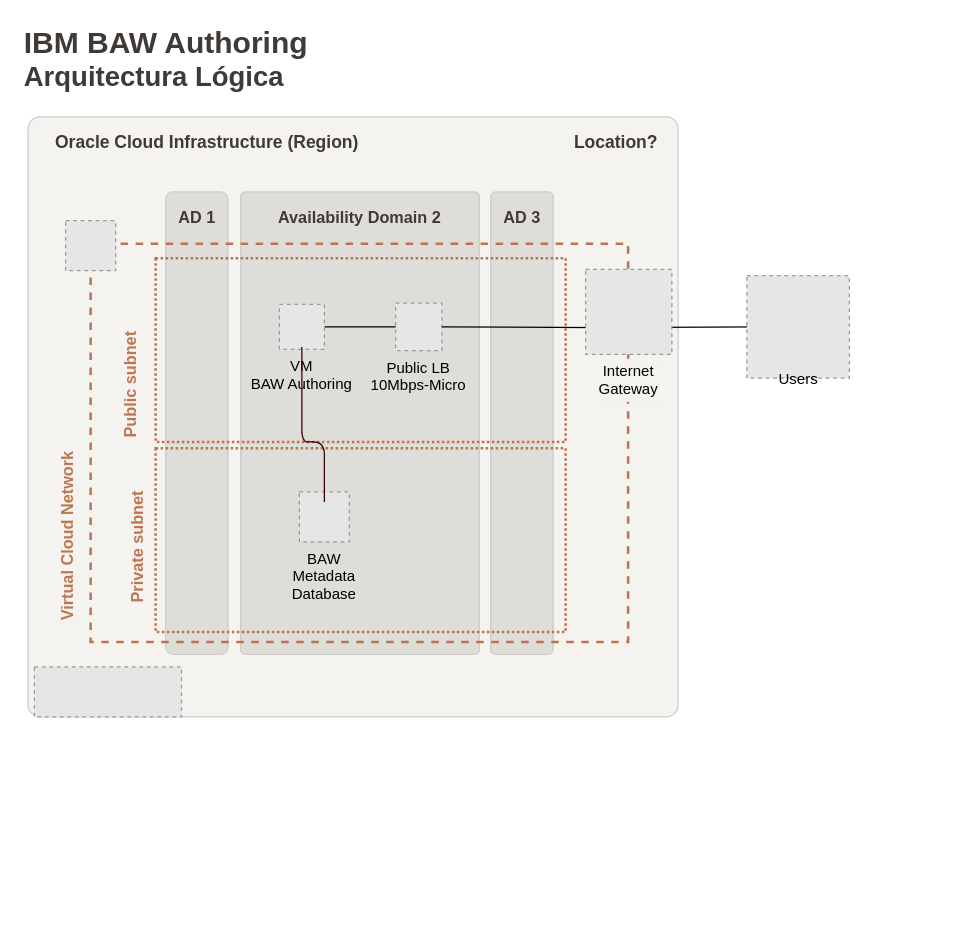
The draw.io diagram 20210926 BCH BAW Authoring.drawio in carlosjuibm/analytic_tools, before the edit. Source tidied: cells renumbered, new cells numbered last; positions are measured from the earlier drawing's top-left corner, leaving out a move shared by most shapes. Both pictures are drawn from the tidied source at 125%, with x=0, y=0 at pixel (-28, 21). Pictures stored in the file or linked from it are replaced by grey dashed boxes.
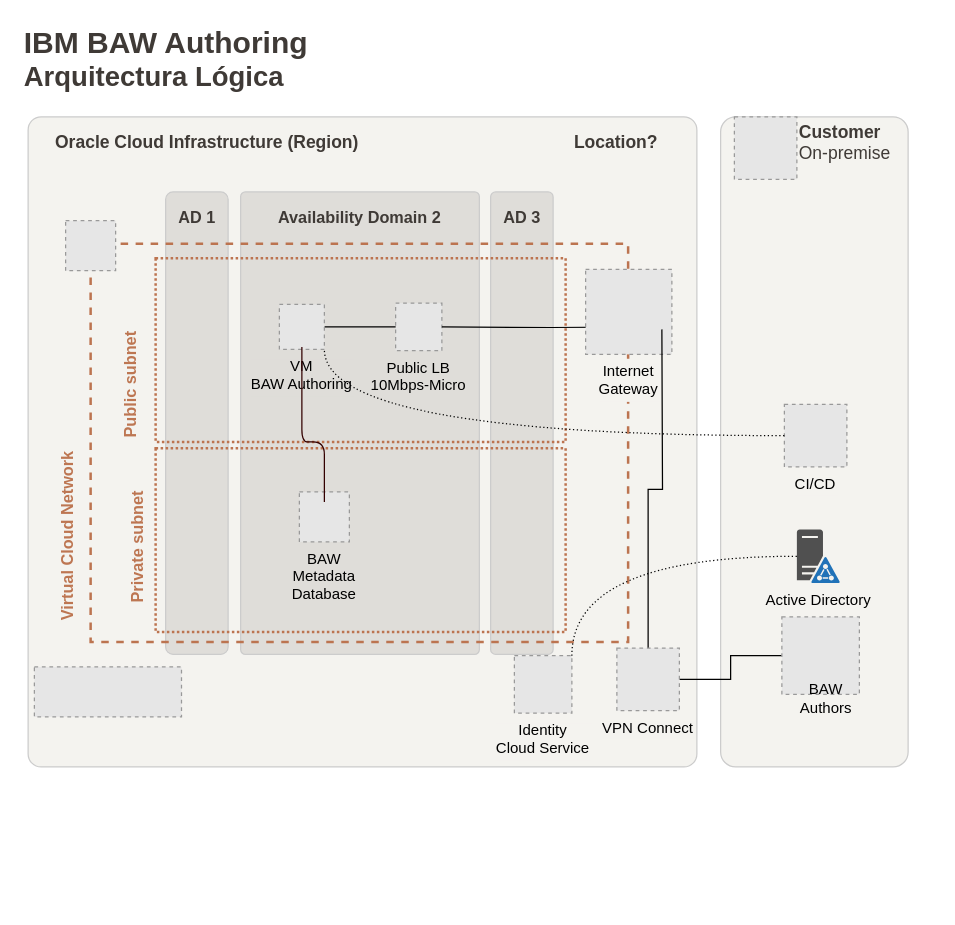
After the change.

Unchanged cells that the change refers to:
```xml
<mxCell id="22" value="Public LB&#10;10Mbps-Micro" style="fillColor=#E6E6E6;strokeColor=#999999;dashed=1;verticalLabelPosition=bottom;verticalAlign=top;labelBackgroundColor=none;align=center;" parent="16" vertex="1">
  <mxGeometry x="338" y="225" width="37" height="38" as="geometry" />
</mxCell>
<mxCell id="29" value="VM&#10;BAW Authoring" style="fillColor=#E6E6E6;strokeColor=#999999;dashed=1;verticalLabelPosition=bottom;verticalAlign=top;labelBackgroundColor=#dfddd9;" parent="27" vertex="1">
  <mxGeometry x="245" y="226" width="36" height="36" as="geometry" />
</mxCell>
```

Diff of the diagram source:
```diff
@@
     <mxCell id="2" style="rounded=1;whiteSpace=wrap;html=1;strokeColor=#CCCCCC;arcSize=2;fillColor=#f4f3ef;" parent="1" vertex="1">
-      <mxGeometry x="44" y="76" width="520" height="480" as="geometry" />
+      <mxGeometry x="44" y="76" width="535" height="520" as="geometry" />
     </mxCell>
@@
+    <mxCell id="34" style="rounded=1;whiteSpace=wrap;html=1;strokeColor=#CCCCCC;arcSize=8;fillColor=#f4f3ef;" parent="1" vertex="1">
+      <mxGeometry x="598" y="76" width="150" height="520" as="geometry" />
+    </mxCell>
+    <mxCell id="35" value="&lt;font color=&quot;#3f3a36&quot; size=&quot;1&quot;&gt;&lt;span style=&quot;font-size: 14px&quot;&gt;&lt;b&gt;Customer&amp;nbsp;&lt;/b&gt;&lt;br&gt;On-premise&lt;/span&gt;&lt;/font&gt;" style="text;html=1;align=left;verticalAlign=middle;" parent="1" vertex="1">
+      <mxGeometry x="659" y="76" width="90" height="40" as="geometry" />
+    </mxCell>
+    <mxCell id="36" style="fillColor=#E6E6E6;strokeColor=#999999;dashed=1;verticalLabelPosition=bottom;verticalAlign=top;html=1;" parent="1" vertex="1">
+      <mxGeometry x="609" y="76" width="50" height="50" as="geometry" />
+    </mxCell>
+    <mxCell id="37" value="CI/CD" style="fillColor=#E6E6E6;strokeColor=#999999;dashed=1;verticalLabelPosition=bottom;verticalAlign=top;labelBackgroundColor=#F4F3EF;align=center;" parent="1" vertex="1">
+      <mxGeometry x="649" y="306" width="50" height="50" as="geometry" />
+    </mxCell>
+    <mxCell id="38" value="Active Directory" style="shadow=0;dashed=0;html=1;strokeColor=none;fillColor=#505050;labelPosition=center;verticalLabelPosition=bottom;verticalAlign=top;outlineConnect=0;align=center;shape=mxgraph.office.servers.active_directory_federation_services_server_blue;labelBackgroundColor=#F4F3EF;" parent="1" vertex="1">
+      <mxGeometry x="659" y="406" width="34.5" height="43" as="geometry" />
+    </mxCell>
+    <mxCell id="39" style="edgeStyle=elbowEdgeStyle;rounded=0;jettySize=auto;html=1;endArrow=none;endFill=0;" parent="1" edge="1" source="42" target="30">
+      <mxGeometry relative="1" as="geometry" />
+    </mxCell>
+    <mxCell id="40" value="Identity&#10;Cloud Service" style="fillColor=#E6E6E6;strokeColor=#999999;dashed=1;verticalLabelPosition=bottom;verticalAlign=top;align=center;labelBackgroundColor=#F4F3EF;" parent="1" vertex="1">
+      <mxGeometry x="433" y="507" width="46" height="46" as="geometry" />
+    </mxCell>
@@
-    <mxCell id="23" style="edgeStyle=orthogonalEdgeStyle;rounded=0;jettySize=auto;html=1;exitX=0;exitY=0.5;exitDx=0;exitDy=0;entryX=1;entryY=0.5;entryDx=0;entryDy=0;endArrow=none;endFill=0;" parent="16" edge="1" target="22">
+    <mxCell id="23" style="edgeStyle=orthogonalEdgeStyle;rounded=0;jettySize=auto;html=1;entryX=1;entryY=0.5;entryDx=0;entryDy=0;endArrow=none;endFill=0;" parent="16" edge="1" target="22">
       <mxGeometry relative="1" as="geometry">
-        <mxPoint x="629" y="244" as="sourcePoint" />
+        <mxPoint x="549" y="244" as="sourcePoint" />
       </mxGeometry>
     </mxCell>
@@
+    <mxCell id="41" style="edgeStyle=orthogonalEdgeStyle;rounded=0;jettySize=auto;html=1;endArrow=none;endFill=0;exitX=0.5;exitY=0;exitDx=0;exitDy=0;" parent="16" edge="1" source="42">
+      <mxGeometry relative="1" as="geometry">
+        <mxPoint x="551" y="246" as="targetPoint" />
+      </mxGeometry>
+    </mxCell>
+    <mxCell id="42" value="VPN Connect" style="fillColor=#E6E6E6;strokeColor=#999999;dashed=1;verticalLabelPosition=bottom;verticalAlign=top;labelBackgroundColor=#F4F3EF;" parent="16" vertex="1">
+      <mxGeometry x="515" y="501" width="50" height="50" as="geometry" />
+    </mxCell>
@@
     <mxCell id="30" style="fillColor=#E6E6E6;strokeColor=#999999;dashed=1;verticalLabelPosition=bottom;verticalAlign=top;labelBackgroundColor=none;" parent="27" vertex="1">
-      <mxGeometry x="619" y="203" width="82" height="82" as="geometry" />
+      <mxGeometry x="647" y="476" width="62" height="62" as="geometry" />
     </mxCell>
-    <mxCell id="31" value="Users" style="text;html=1;align=center;verticalAlign=middle;" parent="27" vertex="1">
-      <mxGeometry x="635" y="276" width="50" height="20" as="geometry" />
+    <mxCell id="31" value="BAW&lt;br&gt;Authors" style="text;html=1;align=center;verticalAlign=middle;" parent="27" vertex="1">
+      <mxGeometry x="652" y="526" width="60" height="30" as="geometry" />
     </mxCell>
@@
+    <mxCell id="43" style="edgeStyle=orthogonalEdgeStyle;curved=1;rounded=0;jettySize=auto;html=1;entryX=1;entryY=1;entryDx=0;entryDy=0;dashed=1;dashPattern=1 2;endArrow=none;endFill=0;" parent="27" edge="1" source="37" target="29">
+      <mxGeometry relative="1" as="geometry" />
+    </mxCell>
+    <mxCell id="44" style="edgeStyle=orthogonalEdgeStyle;curved=1;rounded=0;jettySize=auto;html=1;entryX=1;entryY=0;entryDx=0;entryDy=0;dashed=1;dashPattern=1 2;endArrow=none;endFill=0;" parent="27" edge="1" source="38" target="40">
+      <mxGeometry relative="1" as="geometry" />
+    </mxCell>
```
